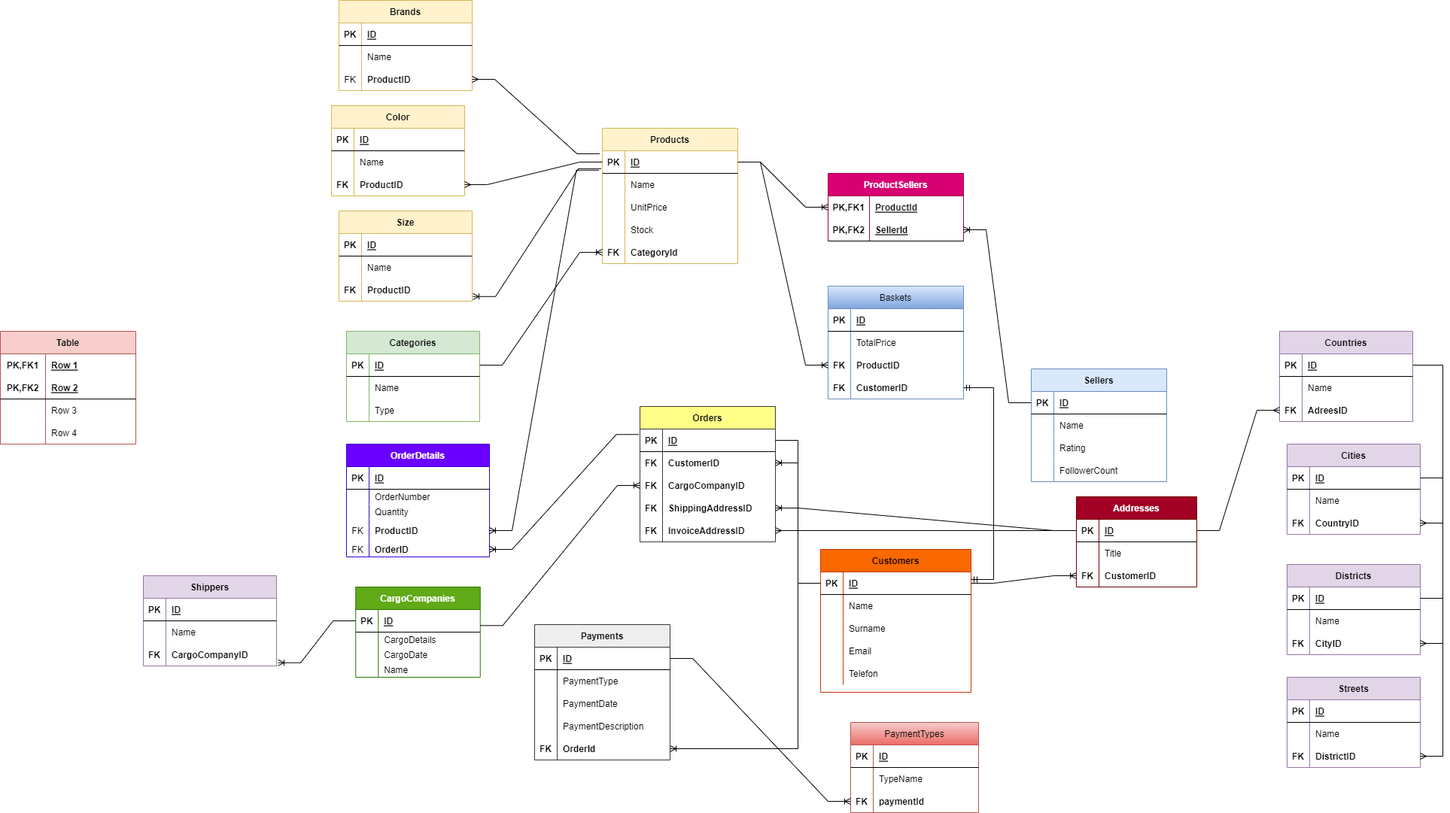
cigdemtok/AkademiEgitimlerim keeps this draw.io diagram as ERDiyagramiOdevi.drawio.png. Above is the earlier version. Source tidied: cells renumbered, new cells last; positions are measured from the earlier drawing's top-left corner, leaving out a move shared by most shapes.
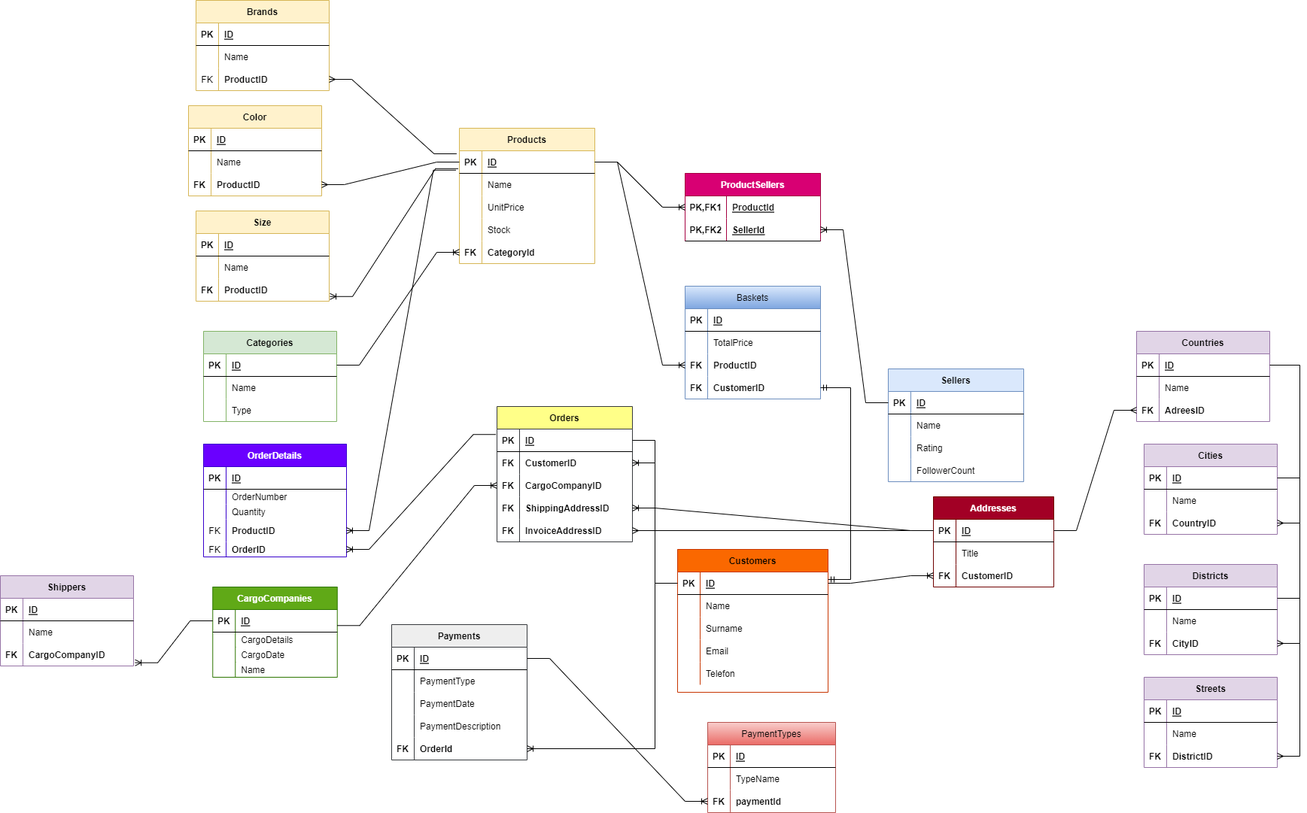
Later version of the same file.

The edit, as a diff of the source:
```diff
@@ -778,44 +778,5 @@
     <mxCell id="259" style="edgeStyle=entityRelationEdgeStyle;fontSize=12;html=1;endArrow=ERmany;rounded=0;entryX=1;entryY=0.5;entryDx=0;entryDy=0;exitX=0;exitY=0.5;exitDx=0;exitDy=0;" parent="1" edge="1" source="45" target="145">
       <mxGeometry relative="1" as="geometry" />
     </mxCell>
-    <mxCell id="260" value="Table" style="shape=table;startSize=30;rowLines=0;fontStyle=1;align=center;fillColor=#f8cecc;strokeColor=#b85450;" parent="1" vertex="1">
-      <mxGeometry y="440" width="180" height="150" as="geometry" />
-    </mxCell>
-    <mxCell id="261" style="shape=tableRow;horizontal=0;startSize=0;swimlaneHead=0;swimlaneBody=0;fillColor=none;top=0;left=0;right=0;bottom=0;" parent="260" vertex="1">
-      <mxGeometry y="30" width="180" height="30" as="geometry" />
-    </mxCell>
-    <mxCell id="262" value="PK,FK1" style="shape=partialRectangle;fillColor=none;top=0;left=0;bottom=0;right=0;fontStyle=1;overflow=hidden;" parent="261" vertex="1">
-      <mxGeometry width="60" height="30" as="geometry" />
-    </mxCell>
-    <mxCell id="263" value="Row 1" style="shape=partialRectangle;fillColor=none;top=0;left=0;bottom=0;right=0;align=left;spacingLeft=6;fontStyle=5;overflow=hidden;" parent="261" vertex="1">
-      <mxGeometry x="60" width="120" height="30" as="geometry" />
-    </mxCell>
-    <mxCell id="264" style="shape=tableRow;horizontal=0;startSize=0;swimlaneHead=0;swimlaneBody=0;fillColor=none;top=0;left=0;right=0;bottom=1;" parent="260" vertex="1">
-      <mxGeometry y="60" width="180" height="30" as="geometry" />
-    </mxCell>
-    <mxCell id="265" value="PK,FK2" style="shape=partialRectangle;fillColor=none;top=0;left=0;bottom=0;right=0;fontStyle=1;overflow=hidden;" parent="264" vertex="1">
-      <mxGeometry width="60" height="30" as="geometry" />
-    </mxCell>
-    <mxCell id="266" value="Row 2" style="shape=partialRectangle;fillColor=none;top=0;left=0;bottom=0;right=0;align=left;spacingLeft=6;fontStyle=5;overflow=hidden;" parent="264" vertex="1">
-      <mxGeometry x="60" width="120" height="30" as="geometry" />
-    </mxCell>
-    <mxCell id="267" style="shape=tableRow;horizontal=0;startSize=0;swimlaneHead=0;swimlaneBody=0;fillColor=none;top=0;left=0;right=0;bottom=0;" parent="260" vertex="1">
-      <mxGeometry y="90" width="180" height="30" as="geometry" />
-    </mxCell>
-    <mxCell id="268" style="shape=partialRectangle;fillColor=none;top=0;left=0;bottom=0;right=0;overflow=hidden;" parent="267" vertex="1">
-      <mxGeometry width="60" height="30" as="geometry" />
-    </mxCell>
-    <mxCell id="269" value="Row 3" style="shape=partialRectangle;fillColor=none;top=0;left=0;bottom=0;right=0;align=left;spacingLeft=6;overflow=hidden;" parent="267" vertex="1">
-      <mxGeometry x="60" width="120" height="30" as="geometry" />
-    </mxCell>
-    <mxCell id="270" style="shape=tableRow;horizontal=0;startSize=0;swimlaneHead=0;swimlaneBody=0;fillColor=none;top=0;left=0;right=0;bottom=0;" parent="260" vertex="1">
-      <mxGeometry y="120" width="180" height="30" as="geometry" />
-    </mxCell>
-    <mxCell id="271" style="shape=partialRectangle;fillColor=none;top=0;left=0;bottom=0;right=0;overflow=hidden;" parent="270" vertex="1">
-      <mxGeometry width="60" height="30" as="geometry" />
-    </mxCell>
-    <mxCell id="272" value="Row 4" style="shape=partialRectangle;fillColor=none;top=0;left=0;bottom=0;right=0;align=left;spacingLeft=6;overflow=hidden;" parent="270" vertex="1">
-      <mxGeometry x="60" width="120" height="30" as="geometry" />
-    </mxCell>
   </root>
 </mxGraphModel>
```
